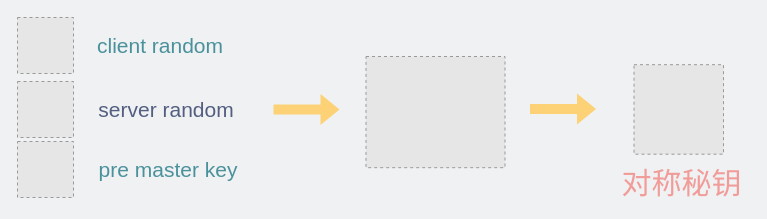
The draw.io diagram network/三个随机数生成对称秘钥.drawio in xiaobaiTech/image, before the edit. Source tidied: cells renumbered, new cells numbered last; positions are measured from the earlier drawing's top-left corner, leaving out a move shared by most shapes. Both pictures are drawn from the tidied source at 100%, with x=0, y=0 at pixel (17, 17). Pictures stored in the file or linked from it are replaced by grey dashed boxes.
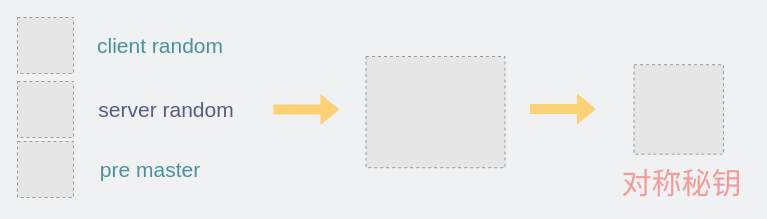
The same page after the edit.

Commit message:
更新三个随机数生成对称秘钥.drawio

The edit, as a diff of the source:
```diff
@@
 <mxGraphModel background="#EFF1F3">
   <root>
     <mxCell id="0" />
     <mxCell id="1" parent="0" />
     <mxCell id="2" value="&lt;span style=&quot;font-size: 30px;&quot;&gt;&lt;font color=&quot;#f19c99&quot;&gt;对称秘钥&lt;/font&gt;&lt;/span&gt;" style="text;html=1;strokeColor=none;fillColor=none;align=center;verticalAlign=middle;whiteSpace=wrap;rounded=0;fontSize=22;" parent="1" vertex="1">
       <mxGeometry x="597" y="156" width="135.3" height="20" as="geometry" />
     </mxCell>
     <mxCell id="3" value="&lt;font style=&quot;font-size: 21px;&quot;&gt;client random&lt;/font&gt;" style="text;html=1;strokeColor=none;fillColor=none;align=center;verticalAlign=middle;whiteSpace=wrap;rounded=0;fontColor=#4A919B;" parent="1" vertex="1">
       <mxGeometry x="28" y="13" width="230" height="30" as="geometry" />
     </mxCell>
     <mxCell id="4" style="fillColor=#E6E6E6;strokeColor=#999999;dashed=1;verticalLabelPosition=bottom;verticalAlign=top;" parent="1" vertex="1">
       <mxGeometry width="56" height="56" as="geometry" />
     </mxCell>
-    <mxCell id="5" value="&lt;font style=&quot;font-size: 21px;&quot;&gt;pre master key&lt;/font&gt;" style="text;html=1;strokeColor=none;fillColor=none;align=center;verticalAlign=middle;whiteSpace=wrap;rounded=0;fontColor=#4A919B;" parent="1" vertex="1">
-      <mxGeometry x="65.5" y="137" width="170" height="30" as="geometry" />
+    <mxCell id="5" value="&lt;font style=&quot;font-size: 21px;&quot;&gt;pre master&lt;/font&gt;" style="text;html=1;strokeColor=none;fillColor=none;align=center;verticalAlign=middle;whiteSpace=wrap;rounded=0;fontColor=#4A919B;" parent="1" vertex="1">
+      <mxGeometry x="48" y="137" width="170" height="30" as="geometry" />
     </mxCell>
     <mxCell id="6" style="fillColor=#E6E6E6;strokeColor=#999999;dashed=1;verticalLabelPosition=bottom;verticalAlign=top;" parent="1" vertex="1">
       <mxGeometry y="124" width="56" height="56" as="geometry" />
     </mxCell>
     <mxCell id="7" style="fillColor=#E6E6E6;strokeColor=#999999;dashed=1;verticalLabelPosition=bottom;verticalAlign=top;" parent="1" vertex="1">
       <mxGeometry y="64" width="56" height="56" as="geometry" />
     </mxCell>
     <mxCell id="8" value="&lt;font color=&quot;#535e80&quot; style=&quot;font-size: 21px;&quot;&gt;server random&lt;/font&gt;" style="text;html=1;strokeColor=none;fillColor=none;align=center;verticalAlign=middle;whiteSpace=wrap;rounded=0;fontColor=#4A919B;" parent="1" vertex="1">
       <mxGeometry x="33.5" y="77" width="230" height="30" as="geometry" />
     </mxCell>
     <mxCell id="9" style="fillColor=#E6E6E6;strokeColor=#999999;dashed=1;verticalLabelPosition=bottom;labelBackgroundColor=default;verticalAlign=top;" parent="1" vertex="1">
       <mxGeometry x="616.5" y="47.2" width="89.5" height="89.5" as="geometry" />
     </mxCell>
     <mxCell id="10" style="fillColor=#E6E6E6;strokeColor=#999999;dashed=1;verticalLabelPosition=bottom;verticalAlign=top;fontSize=21;" parent="1" vertex="1">
       <mxGeometry x="348.5" y="39" width="139" height="111.2" as="geometry" />
     </mxCell>
     <mxCell id="11" style="shape=flexArrow;endArrow=classic;html=1;rounded=0;fontSize=19;fontColor=#FFFFFF;strokeColor=none;fillColor=#FDD276;" parent="1" edge="1">
       <mxGeometry relative="1" as="geometry">
         <mxPoint x="255.5" y="92" as="sourcePoint" />
         <mxPoint x="322.5" y="92" as="targetPoint" />
       </mxGeometry>
     </mxCell>
     <mxCell id="12" style="shape=flexArrow;endArrow=classic;html=1;rounded=0;fontSize=19;fontColor=#FFFFFF;strokeColor=none;fillColor=#FDD276;" parent="1" edge="1">
       <mxGeometry relative="1" as="geometry">
         <mxPoint x="512" y="91.6" as="sourcePoint" />
         <mxPoint x="579" y="91.6" as="targetPoint" />
       </mxGeometry>
     </mxCell>
   </root>
 </mxGraphModel>
```
